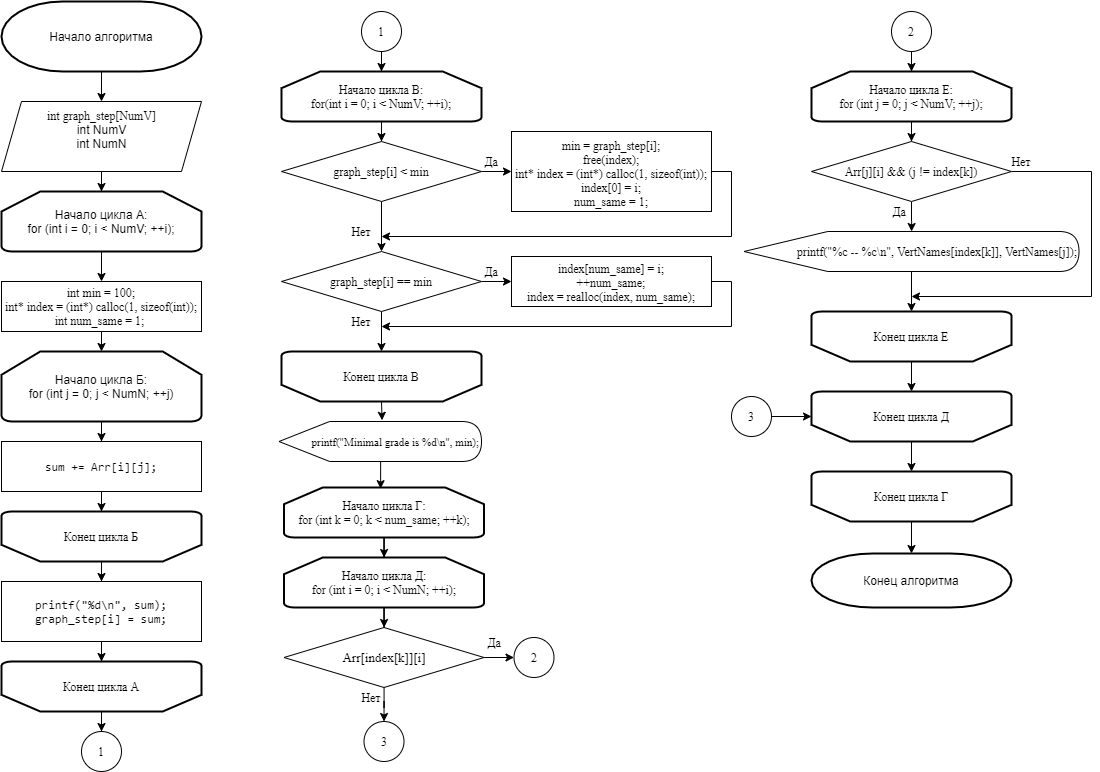
The draw.io diagram Untitled Diagram.png in pashoke1/dzflita4, before a commit. Source tidied: cells renumbered, new cells last; positions are measured from the earlier drawing's top-left corner, leaving out a move shared by most shapes.
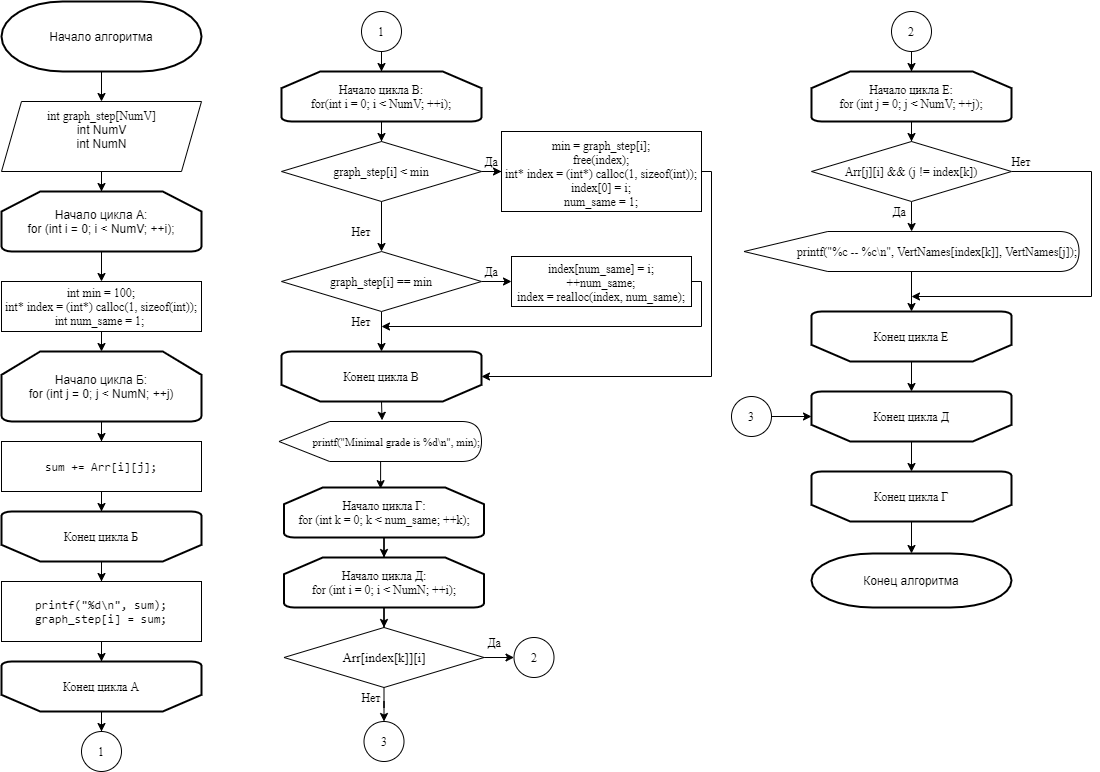
After the change.

What changed in the source:
```diff
@@ -72,11 +72,16 @@
     <mxCell id="23" value="&lt;span&gt;graph_step[i] &amp;lt; min&lt;/span&gt;" style="shape=rhombus;perimeter=rhombusPerimeter;whiteSpace=wrap;html=1;align=center;fontFamily=Times New Roman;" parent="1" vertex="1">
       <mxGeometry x="280" y="140" width="200" height="60" as="geometry" />
     </mxCell>
-    <mxCell id="24" style="edgeStyle=orthogonalEdgeStyle;rounded=0;jettySize=auto;html=1;exitX=1;exitY=0.5;exitDx=0;exitDy=0;entryX=1;entryY=0.75;entryDx=0;entryDy=0;fontFamily=Times New Roman;" parent="1" edge="1" source="25" target="30">
-      <mxGeometry relative="1" as="geometry" />
-    </mxCell>
+    <mxCell id="74" style="edgeStyle=orthogonalEdgeStyle;rounded=0;jettySize=auto;html=1;exitX=1;exitY=0.5;exitDx=0;exitDy=0;entryX=1;entryY=0.5;entryDx=0;entryDy=0;entryPerimeter=0;" parent="1" edge="1" source="25" target="35">
+      <mxGeometry relative="1" as="geometry">
+        <Array as="points">
+          <mxPoint x="710" y="170" />
+          <mxPoint x="710" y="375" />
+        </Array>
+      </mxGeometry>
+    </mxCell>
     <mxCell id="25" value="&lt;br&gt;&lt;span&gt;min = graph_step[i];&lt;br&gt;&lt;/span&gt;&lt;span&gt;free(index);&lt;br&gt;&lt;/span&gt;&lt;span&gt;int&lt;/span&gt;&lt;span&gt;* index = (&lt;/span&gt;&lt;span&gt;int&lt;/span&gt;&lt;span&gt;*) calloc(1, &lt;/span&gt;&lt;span&gt;sizeof&lt;/span&gt;&lt;span&gt;(&lt;/span&gt;&lt;span&gt;int&lt;/span&gt;&lt;span&gt;));&lt;br&gt;&lt;/span&gt;&lt;span&gt;index[0] = i;&lt;br&gt;&lt;/span&gt;&lt;span&gt;num_same = 1;&lt;/span&gt;&lt;span&gt;&lt;br&gt;&lt;/span&gt;" style="whiteSpace=wrap;html=1;fontFamily=Times New Roman;verticalAlign=bottom;" parent="1" vertex="1">
-      <mxGeometry x="510" y="130" width="200" height="80" as="geometry" />
+      <mxGeometry x="500" y="130" width="200" height="80" as="geometry" />
     </mxCell>
     <mxCell id="26" value="Да" style="text;html=1;strokeColor=none;fillColor=none;align=center;verticalAlign=middle;whiteSpace=wrap;rounded=0;fontFamily=Times New Roman;" parent="1" vertex="1">
       <mxGeometry x="470" y="150" width="40" height="20" as="geometry" />
@@ -94,10 +99,15 @@
       <mxGeometry x="340" y="220" width="40" height="20" as="geometry" />
     </mxCell>
     <mxCell id="31" style="edgeStyle=orthogonalEdgeStyle;rounded=0;jettySize=auto;html=1;exitX=1;exitY=0.5;exitDx=0;exitDy=0;entryX=1;entryY=0.75;entryDx=0;entryDy=0;fontFamily=Times New Roman;" parent="1" edge="1" source="32" target="36">
-      <mxGeometry relative="1" as="geometry" />
+      <mxGeometry relative="1" as="geometry">
+        <Array as="points">
+          <mxPoint x="700" y="280" />
+          <mxPoint x="700" y="325" />
+        </Array>
+      </mxGeometry>
     </mxCell>
     <mxCell id="32" value="&lt;span&gt;&lt;br&gt;&lt;/span&gt;&lt;span&gt;index[num_same] = i;&lt;br&gt;&lt;/span&gt;&lt;span&gt;++num_same;&lt;br&gt;&lt;/span&gt;&lt;span&gt;index = realloc(index, num_same);&lt;/span&gt;&lt;span&gt;&lt;br&gt;&lt;/span&gt;" style="whiteSpace=wrap;html=1;fontFamily=Times New Roman;verticalAlign=bottom;" parent="1" vertex="1">
-      <mxGeometry x="510" y="255" width="200" height="50" as="geometry" />
+      <mxGeometry x="510" y="255" width="180" height="50" as="geometry" />
     </mxCell>
     <mxCell id="33" value="Да" style="text;html=1;strokeColor=none;fillColor=none;align=center;verticalAlign=middle;whiteSpace=wrap;rounded=0;fontFamily=Times New Roman;" parent="1" vertex="1">
       <mxGeometry x="470" y="260" width="40" height="20" as="geometry" />
```
